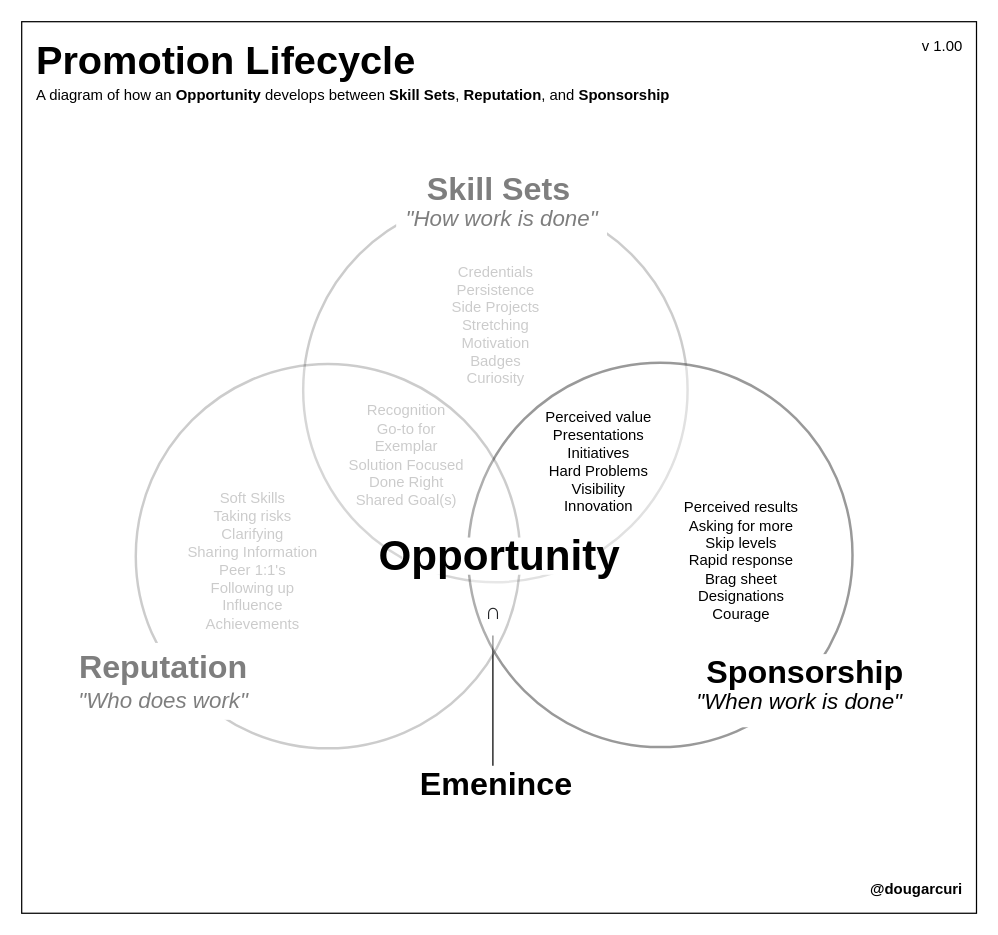
Above: page "skills-side" (7 of 12) of mentoring/diagrams/promotion.drawio in solidi/learning-notes (draw.io), before the change. Source tidied: cells renumbered, new cells numbered last; positions are measured from the earlier drawing's top-left corner, leaving out a move shared by most shapes. Both pictures are drawn from the tidied source at 124%, with x=0, y=0 at pixel (21, 21).
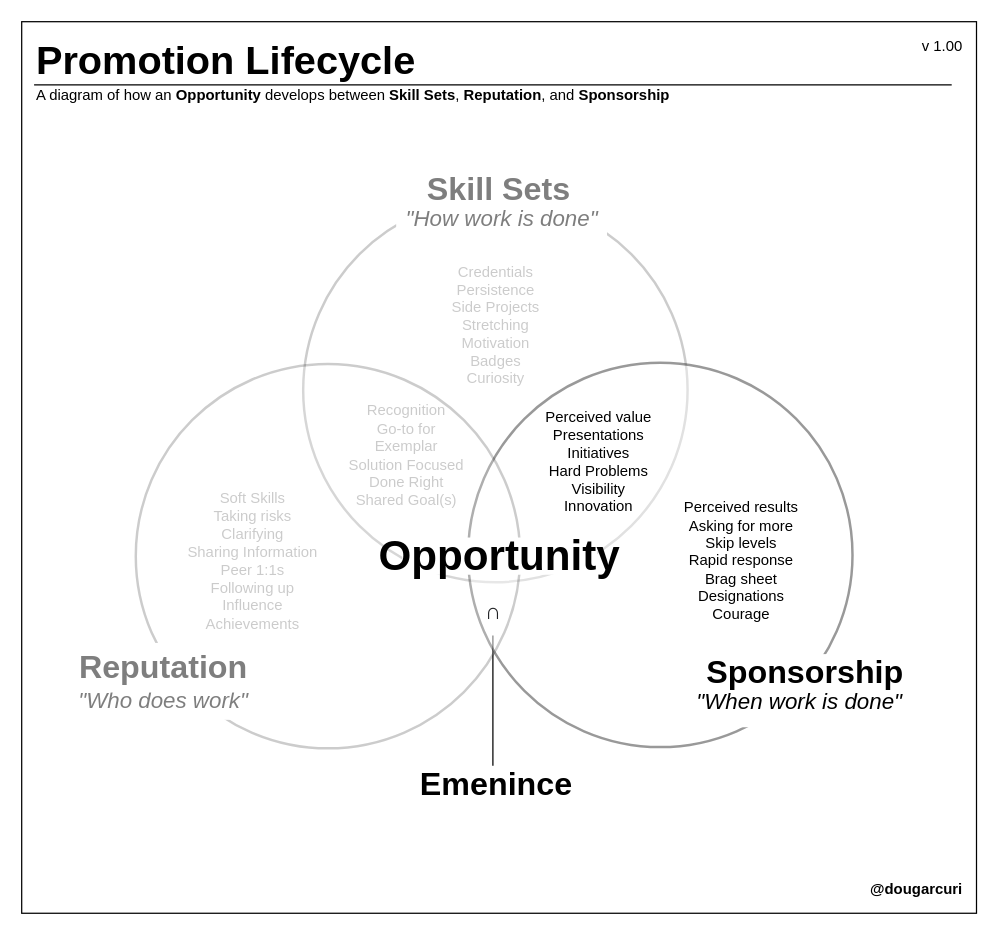
The same page after the edit.

Diff of the diagram source:
```diff
@@
-    <mxCell id="18" value="Soft Skills&lt;br&gt;Taking risks&lt;br&gt;Clarifying&lt;br&gt;Sharing Information&lt;br&gt;Peer 1:1's&lt;br&gt;Following up&lt;br&gt;Influence&lt;br&gt;Achievements" style="text;html=1;align=center;verticalAlign=middle;strokeColor=none;fillColor=none;rotation=0;textOpacity=20;opacity=20;" parent="1" vertex="1">
+    <mxCell id="18" value="Soft Skills&lt;br&gt;Taking risks&lt;br&gt;Clarifying&lt;br&gt;Sharing Information&lt;br&gt;Peer 1:1s&lt;br&gt;Following up&lt;br&gt;Influence&lt;br&gt;Achievements" style="text;html=1;align=center;verticalAlign=middle;strokeColor=none;fillColor=none;rotation=0;textOpacity=20;opacity=20;" parent="1" vertex="1">
       <mxGeometry x="121" y="370" width="130" height="130" as="geometry" />
     </mxCell>
@@
+    <mxCell id="31" style="endArrow=none;html=1;rounded=0;" parent="1" edge="1">
+      <mxGeometry relative="1" as="geometry">
+        <mxPoint x="10" y="51" as="sourcePoint" />
+        <mxPoint x="750" y="51" as="targetPoint" />
+      </mxGeometry>
+    </mxCell>
```
